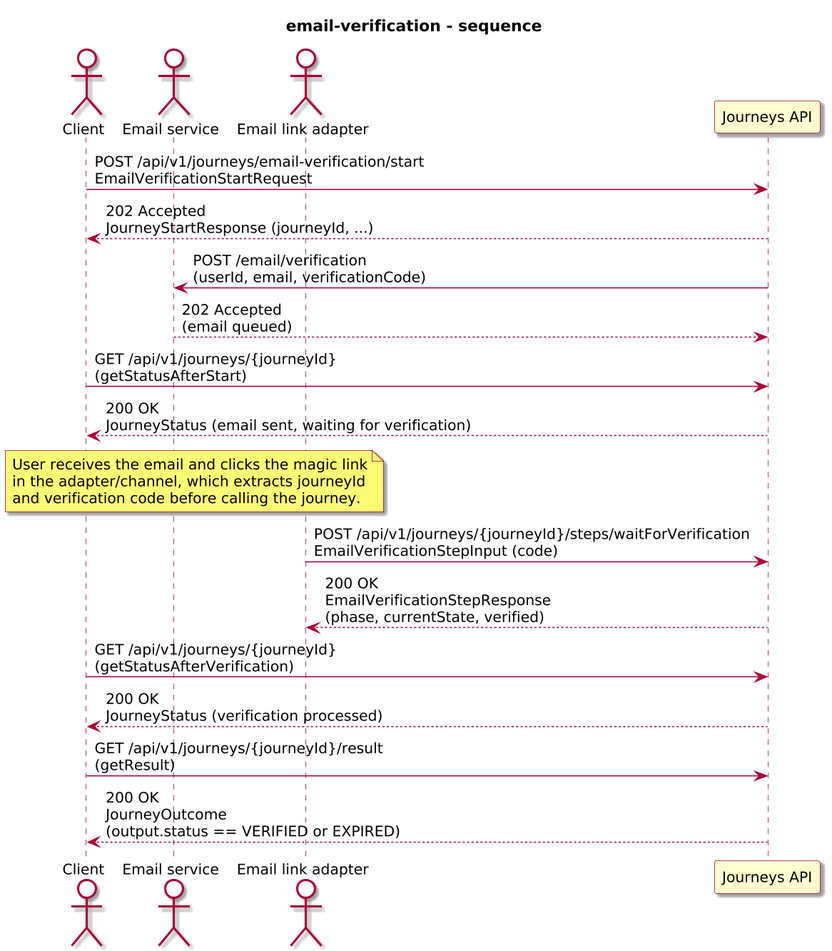
Above: docs/3-reference/examples/business/email-verification/diagrams/email-verification-sequence.png in ivanstambuk/journeyforge (PlantUML), before the change. The source it was exported from:
```plantuml
@startuml
!include journey-diagram-theme.puml
title email-verification - sequence

actor "Client" as Client
actor "Email service" as EmailService
actor "Email link adapter" as Adapter
participant "Journeys API" as Journeys

Client -> Journeys: POST /api/v1/journeys/email-verification/start\nEmailVerificationStartRequest
Journeys --> Client: 202 Accepted\nJourneyStartResponse (journeyId, ...)

Journeys -> EmailService: POST /email/verification\n(userId, email, verificationCode)
EmailService --> Journeys: 202 Accepted\n(email queued)

Client -> Journeys: GET /api/v1/journeys/{journeyId}\n(getStatusAfterStart)
Journeys --> Client: 200 OK\nJourneyStatus (email sent, waiting for verification)

note over Client, Adapter
  User receives the email and clicks the magic link
  in the adapter/channel, which extracts journeyId
  and verification code before calling the journey.
end note

Adapter -> Journeys: POST /api/v1/journeys/{journeyId}/steps/waitForVerification\nEmailVerificationStepInput (code)
Journeys --> Adapter: 200 OK\nEmailVerificationStepResponse\n(phase, currentState, verified)

Client -> Journeys: GET /api/v1/journeys/{journeyId}\n(getStatusAfterVerification)
Journeys --> Client: 200 OK\nJourneyStatus (verification processed)

Client -> Journeys: GET /api/v1/journeys/{journeyId}/result\n(getResult)
Journeys --> Client: 200 OK\nJourneyOutcome\n(output.status == VERIFIED or EXPIRED)

@enduml
```
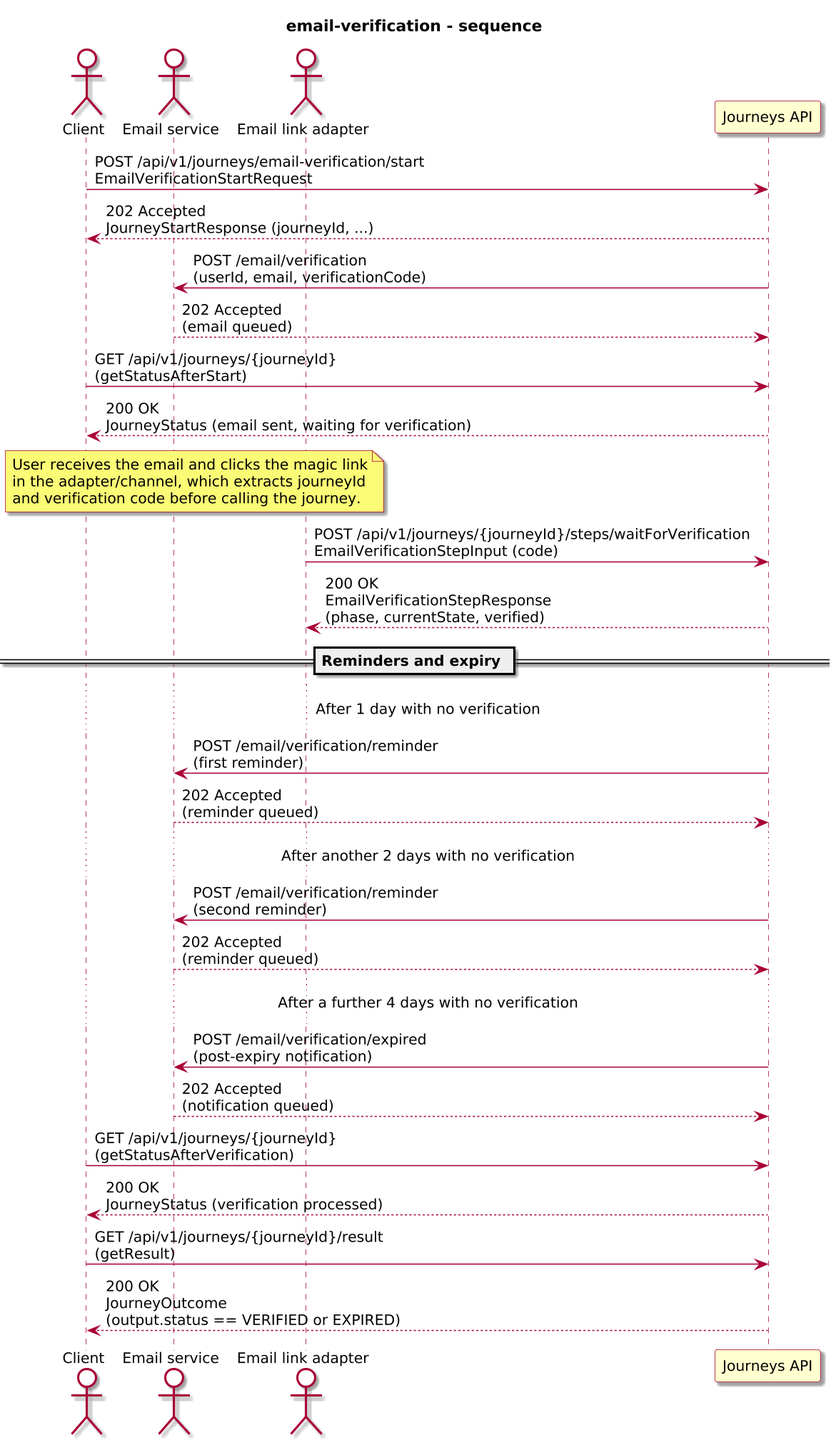
Above is the later version.

Change to the diagram source:
```diff
@@ -25,6 +25,20 @@
 Adapter -> Journeys: POST /api/v1/journeys/{journeyId}/steps/waitForVerification\nEmailVerificationStepInput (code)
 Journeys --> Adapter: 200 OK\nEmailVerificationStepResponse\n(phase, currentState, verified)
 
+== Reminders and expiry ==
+
+... After 1 day with no verification ...
+Journeys -> EmailService: POST /email/verification/reminder\n(first reminder)
+EmailService --> Journeys: 202 Accepted\n(reminder queued)
+
+... After another 2 days with no verification ...
+Journeys -> EmailService: POST /email/verification/reminder\n(second reminder)
+EmailService --> Journeys: 202 Accepted\n(reminder queued)
+
+... After a further 4 days with no verification ...
+Journeys -> EmailService: POST /email/verification/expired\n(post-expiry notification)
+EmailService --> Journeys: 202 Accepted\n(notification queued)
+
 Client -> Journeys: GET /api/v1/journeys/{journeyId}\n(getStatusAfterVerification)
 Journeys --> Client: 200 OK\nJourneyStatus (verification processed)
 
```
